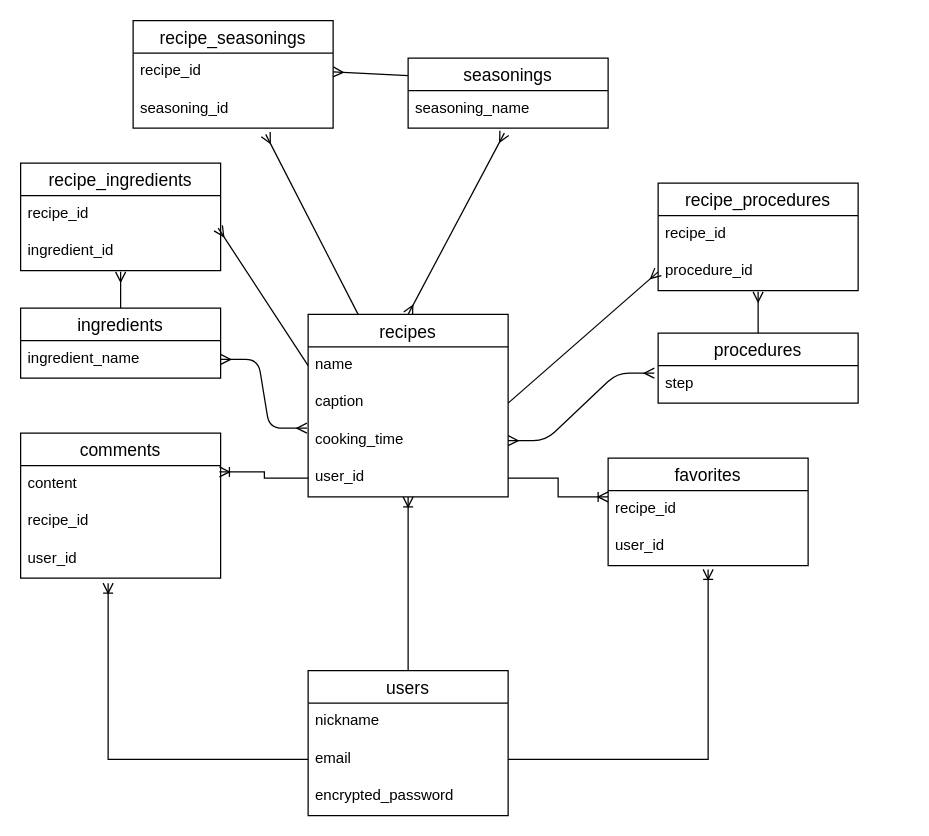
The draw.io diagram zuborameshi_db.dio in onitsuyo/zuborameshi, before the edit. Source tidied: cells renumbered, new cells numbered last; positions are measured from the earlier drawing's top-left corner, leaving out a move shared by most shapes. Both pictures are drawn from the tidied source at 125%, with x=0, y=0 at pixel (20, 20).
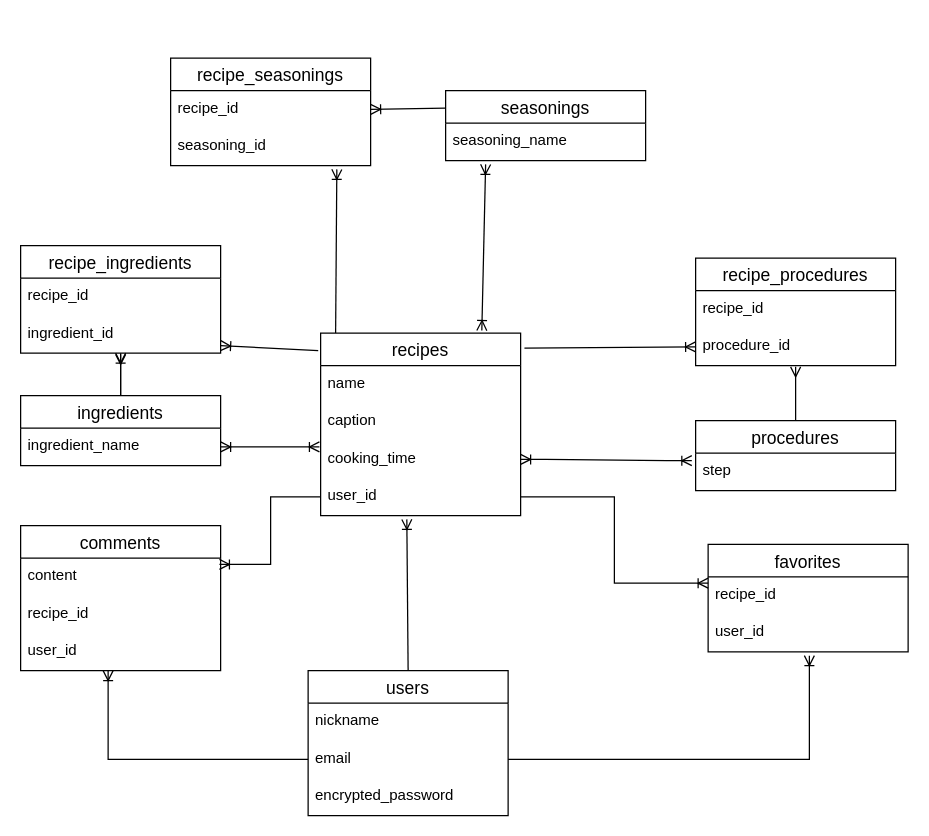
The same page after the edit.

Unchanged cells that the change refers to:
```xml
<mxCell id="3" value="users" style="swimlane;fontStyle=0;horizontal=1;startSize=26;align=center;fontSize=14;" parent="1" vertex="1">
  <mxGeometry x="230" y="520" width="160" height="116" as="geometry" />
</mxCell>
<mxCell id="5" value="email" style="text;strokeColor=none;fillColor=none;spacingLeft=4;spacingRight=4;overflow=hidden;points=[[0,0.5],[1,0.5]];portConstraint=eastwest;fontSize=12;" parent="3" vertex="1">
  <mxGeometry y="56" width="160" height="30" as="geometry" />
</mxCell>
<mxCell id="10" value="name" style="text;strokeColor=none;fillColor=none;spacingLeft=4;spacingRight=4;overflow=hidden;points=[[0,0.5],[1,0.5]];portConstraint=eastwest;fontSize=12;" parent="9" vertex="1">
  <mxGeometry y="26" width="160" height="30" as="geometry" />
</mxCell>
<mxCell id="11" value="caption" style="text;strokeColor=none;fillColor=none;spacingLeft=4;spacingRight=4;overflow=hidden;points=[[0,0.5],[1,0.5]];portConstraint=eastwest;fontSize=12;" parent="9" vertex="1">
  <mxGeometry y="56" width="160" height="30" as="geometry" />
</mxCell>
<mxCell id="12" value="cooking_time" style="text;strokeColor=none;fillColor=none;spacingLeft=4;spacingRight=4;overflow=hidden;points=[[0,0.5],[1,0.5]];portConstraint=eastwest;fontSize=12;" parent="9" vertex="1">
  <mxGeometry y="86" width="160" height="30" as="geometry" />
</mxCell>
<mxCell id="13" value="user_id" style="text;strokeColor=none;fillColor=none;spacingLeft=4;spacingRight=4;overflow=hidden;points=[[0,0.5],[1,0.5]];portConstraint=eastwest;fontSize=12;" parent="9" vertex="1">
  <mxGeometry y="116" width="160" height="30" as="geometry" />
</mxCell>
<mxCell id="16" value="ingredient_name" style="text;strokeColor=none;fillColor=none;spacingLeft=4;spacingRight=4;overflow=hidden;points=[[0,0.5],[1,0.5]];portConstraint=eastwest;fontSize=12;" parent="15" vertex="1">
  <mxGeometry y="26" width="160" height="30" as="geometry" />
</mxCell>
<mxCell id="19" value="seasoning_name" style="text;strokeColor=none;fillColor=none;spacingLeft=4;spacingRight=4;overflow=hidden;points=[[0,0.5],[1,0.5]];portConstraint=eastwest;fontSize=12;" parent="18" vertex="1">
  <mxGeometry y="26" width="160" height="30" as="geometry" />
</mxCell>
<mxCell id="22" value="step" style="text;strokeColor=none;fillColor=none;spacingLeft=4;spacingRight=4;overflow=hidden;points=[[0,0.5],[1,0.5]];portConstraint=eastwest;fontSize=12;" parent="21" vertex="1">
  <mxGeometry y="26" width="160" height="30" as="geometry" />
</mxCell>
<mxCell id="29" value="user_id" style="text;strokeColor=none;fillColor=none;spacingLeft=4;spacingRight=4;overflow=hidden;points=[[0,0.5],[1,0.5]];portConstraint=eastwest;fontSize=12;" parent="27" vertex="1">
  <mxGeometry y="56" width="160" height="30" as="geometry" />
</mxCell>
<mxCell id="36" value="procedure_id" style="text;strokeColor=none;fillColor=none;spacingLeft=4;spacingRight=4;overflow=hidden;points=[[0,0.5],[1,0.5]];portConstraint=eastwest;fontSize=12;" parent="34" vertex="1">
  <mxGeometry y="56" width="160" height="30" as="geometry" />
</mxCell>
<mxCell id="41" value="recipe_id" style="text;strokeColor=none;fillColor=none;spacingLeft=4;spacingRight=4;overflow=hidden;points=[[0,0.5],[1,0.5]];portConstraint=eastwest;fontSize=12;" parent="40" vertex="1">
  <mxGeometry y="26" width="160" height="30" as="geometry" />
</mxCell>
<mxCell id="42" value="seasoning_id" style="text;strokeColor=none;fillColor=none;spacingLeft=4;spacingRight=4;overflow=hidden;points=[[0,0.5],[1,0.5]];portConstraint=eastwest;fontSize=12;" parent="40" vertex="1">
  <mxGeometry y="56" width="160" height="30" as="geometry" />
</mxCell>
<mxCell id="45" value="ingredient_id" style="text;strokeColor=none;fillColor=none;spacingLeft=4;spacingRight=4;overflow=hidden;points=[[0,0.5],[1,0.5]];portConstraint=eastwest;fontSize=12;" parent="43" vertex="1">
  <mxGeometry y="56" width="160" height="30" as="geometry" />
</mxCell>
```

Diff of the diagram source:
```diff
@@
-    <mxCell id="2" style="edgeStyle=elbowEdgeStyle;rounded=0;html=1;exitX=0.5;exitY=0;exitDx=0;exitDy=0;entryX=0.5;entryY=1;entryDx=0;entryDy=0;entryPerimeter=0;startArrow=none;startFill=0;endArrow=ERoneToMany;endFill=0;" parent="1" edge="1" source="3" target="13">
+    <mxCell id="2" style="edgeStyle=none;html=1;exitX=0.5;exitY=0;exitDx=0;exitDy=0;entryX=0.431;entryY=1.1;entryDx=0;entryDy=0;entryPerimeter=0;endArrow=ERoneToMany;endFill=0;" parent="1" edge="1" source="3" target="13">
       <mxGeometry relative="1" as="geometry" />
     </mxCell>
@@
-    <mxCell id="7" style="edgeStyle=none;html=1;exitX=0.5;exitY=0;exitDx=0;exitDy=0;startArrow=ERmany;startFill=0;endArrow=ERmany;endFill=0;entryX=0.481;entryY=1.133;entryDx=0;entryDy=0;entryPerimeter=0;" parent="1" edge="1" source="9" target="19">
+    <mxCell id="7" style="edgeStyle=none;html=1;exitX=0.806;exitY=-0.014;exitDx=0;exitDy=0;startArrow=ERoneToMany;startFill=0;endArrow=ERoneToMany;endFill=0;entryX=0.2;entryY=1.1;entryDx=0;entryDy=0;entryPerimeter=0;exitPerimeter=0;" parent="1" edge="1" source="9" target="19">
       <mxGeometry relative="1" as="geometry" />
     </mxCell>
-    <mxCell id="8" style="edgeStyle=none;html=1;exitX=0.25;exitY=0;exitDx=0;exitDy=0;entryX=0.663;entryY=1.167;entryDx=0;entryDy=0;entryPerimeter=0;startArrow=none;startFill=0;endArrow=ERmany;endFill=0;" parent="1" edge="1" source="9" target="42">
+    <mxCell id="8" style="edgeStyle=none;html=1;exitX=0.075;exitY=0;exitDx=0;exitDy=0;entryX=0.831;entryY=1.1;entryDx=0;entryDy=0;entryPerimeter=0;startArrow=none;startFill=0;endArrow=ERoneToMany;endFill=0;exitPerimeter=0;" parent="1" edge="1" source="9" target="42">
       <mxGeometry relative="1" as="geometry" />
     </mxCell>
     <mxCell id="9" value="recipes" style="swimlane;fontStyle=0;horizontal=1;startSize=26;align=center;fontSize=14;" parent="1" vertex="1">
-      <mxGeometry x="230" y="235" width="160" height="146" as="geometry" />
+      <mxGeometry x="240" y="250" width="160" height="146" as="geometry" />
     </mxCell>
@@
     <mxCell id="15" value="ingredients" style="swimlane;fontStyle=0;horizontal=1;startSize=26;align=center;fontSize=14;" parent="1" vertex="1">
-      <mxGeometry y="230" width="160" height="56" as="geometry" />
+      <mxGeometry y="300" width="160" height="56" as="geometry" />
     </mxCell>
@@
-    <mxCell id="17" style="edgeStyle=none;html=1;exitX=0;exitY=0.25;exitDx=0;exitDy=0;entryX=1;entryY=0.5;entryDx=0;entryDy=0;startArrow=none;startFill=0;endArrow=ERmany;endFill=0;" parent="1" edge="1" source="18" target="41">
+    <mxCell id="17" style="edgeStyle=none;html=1;exitX=0;exitY=0.25;exitDx=0;exitDy=0;entryX=1;entryY=0.5;entryDx=0;entryDy=0;startArrow=none;startFill=0;endArrow=ERoneToMany;endFill=0;" parent="1" edge="1" source="18" target="41">
       <mxGeometry relative="1" as="geometry" />
     </mxCell>
     <mxCell id="18" value="seasonings" style="swimlane;fontStyle=0;horizontal=1;startSize=26;align=center;fontSize=14;" parent="1" vertex="1">
-      <mxGeometry x="310" y="30" width="160" height="56" as="geometry" />
+      <mxGeometry x="340" y="56" width="160" height="56" as="geometry" />
     </mxCell>
@@
     <mxCell id="21" value="procedures" style="swimlane;fontStyle=0;horizontal=1;startSize=26;align=center;fontSize=14;" parent="1" vertex="1">
-      <mxGeometry x="510" y="250" width="160" height="56" as="geometry" />
+      <mxGeometry x="540" y="320" width="160" height="56" as="geometry" />
     </mxCell>
@@
     <mxCell id="23" value="comments" style="swimlane;fontStyle=0;horizontal=1;startSize=26;align=center;fontSize=14;" parent="1" vertex="1">
-      <mxGeometry y="330" width="160" height="116" as="geometry" />
+      <mxGeometry y="404" width="160" height="116" as="geometry" />
     </mxCell>
@@
     <mxCell id="27" value="favorites" style="swimlane;fontStyle=0;horizontal=1;startSize=26;align=center;fontSize=14;" parent="1" vertex="1">
-      <mxGeometry x="470" y="350" width="160" height="86" as="geometry" />
+      <mxGeometry x="550" y="419" width="160" height="86" as="geometry" />
     </mxCell>
@@
     <mxCell id="31" style="edgeStyle=elbowEdgeStyle;rounded=0;html=1;exitX=1;exitY=0.5;exitDx=0;exitDy=0;startArrow=none;startFill=0;endArrow=ERoneToMany;endFill=0;entryX=0.506;entryY=1.1;entryDx=0;entryDy=0;entryPerimeter=0;" parent="1" edge="1" source="5" target="29">
       <mxGeometry relative="1" as="geometry">
         <Array as="points">
+          <mxPoint x="631" y="520" />
           <mxPoint x="550" y="410" />
         </Array>
       </mxGeometry>
     </mxCell>
     <mxCell id="32" style="edgeStyle=elbowEdgeStyle;rounded=0;html=1;exitX=0;exitY=0.5;exitDx=0;exitDy=0;startArrow=none;startFill=0;endArrow=ERoneToMany;endFill=0;" parent="1" edge="1" source="5">
       <mxGeometry relative="1" as="geometry">
-        <mxPoint x="70" y="450" as="targetPoint" />
+        <mxPoint x="70" y="520" as="targetPoint" />
         <Array as="points">
           <mxPoint x="70" y="420" />
         </Array>
       </mxGeometry>
     </mxCell>
@@
     <mxCell id="34" value="recipe_procedures" style="swimlane;fontStyle=0;horizontal=1;startSize=26;align=center;fontSize=14;" parent="1" vertex="1">
-      <mxGeometry x="510" y="130" width="160" height="86" as="geometry" />
+      <mxGeometry x="540" y="190" width="160" height="86" as="geometry" />
     </mxCell>
@@
-    <mxCell id="37" style="edgeStyle=entityRelationEdgeStyle;fontSize=12;html=1;endArrow=ERmany;startArrow=ERmany;exitX=1;exitY=0.5;exitDx=0;exitDy=0;entryX=-0.019;entryY=0.2;entryDx=0;entryDy=0;entryPerimeter=0;" parent="1" edge="1" source="12" target="22">
+    <mxCell id="37" style="edgeStyle=entityRelationEdgeStyle;fontSize=12;html=1;endArrow=ERoneToMany;startArrow=ERoneToMany;exitX=1;exitY=0.5;exitDx=0;exitDy=0;entryX=-0.019;entryY=0.2;entryDx=0;entryDy=0;entryPerimeter=0;endFill=0;startFill=0;" parent="1" edge="1" source="12" target="22">
       <mxGeometry relative="1" as="geometry" />
     </mxCell>
-    <mxCell id="38" style="edgeStyle=entityRelationEdgeStyle;fontSize=12;html=1;endArrow=ERmany;startArrow=ERmany;exitX=1;exitY=0.5;exitDx=0;exitDy=0;entryX=-0.006;entryY=0.167;entryDx=0;entryDy=0;entryPerimeter=0;" parent="1" edge="1" source="16" target="12">
+    <mxCell id="38" style="edgeStyle=entityRelationEdgeStyle;fontSize=12;html=1;endArrow=ERoneToMany;startArrow=ERoneToMany;exitX=1;exitY=0.5;exitDx=0;exitDy=0;entryX=-0.006;entryY=0.167;entryDx=0;entryDy=0;entryPerimeter=0;startFill=0;endFill=0;" parent="1" edge="1" source="16" target="12">
       <mxGeometry relative="1" as="geometry" />
     </mxCell>
-    <mxCell id="39" style="edgeStyle=none;html=1;exitX=1;exitY=0.5;exitDx=0;exitDy=0;entryX=0;entryY=0.5;entryDx=0;entryDy=0;startArrow=none;startFill=0;endArrow=ERmany;endFill=0;" parent="1" edge="1" source="11" target="36">
+    <mxCell id="39" style="edgeStyle=none;html=1;exitX=1.019;exitY=0.082;exitDx=0;exitDy=0;entryX=0;entryY=0.5;entryDx=0;entryDy=0;startArrow=none;startFill=0;endArrow=ERoneToMany;endFill=0;exitPerimeter=0;" parent="1" edge="1" source="9" target="36">
       <mxGeometry relative="1" as="geometry" />
     </mxCell>
     <mxCell id="40" value="recipe_seasonings" style="swimlane;fontStyle=0;horizontal=1;startSize=26;align=center;fontSize=14;" parent="1" vertex="1">
-      <mxGeometry x="90" width="160" height="86" as="geometry" />
+      <mxGeometry x="120" y="30" width="160" height="86" as="geometry" />
     </mxCell>
@@
+    <mxCell id="47" style="edgeStyle=none;html=1;startArrow=ERoneToMany;startFill=0;endArrow=none;endFill=0;" parent="1" edge="1" source="43">
+      <mxGeometry relative="1" as="geometry">
+        <mxPoint x="80" y="300" as="targetPoint" />
+      </mxGeometry>
+    </mxCell>
     <mxCell id="43" value="recipe_ingredients" style="swimlane;fontStyle=0;horizontal=1;startSize=26;align=center;fontSize=14;" parent="1" vertex="1">
-      <mxGeometry y="114" width="160" height="86" as="geometry" />
+      <mxGeometry y="180" width="160" height="86" as="geometry" />
     </mxCell>
@@
-    <mxCell id="46" style="edgeStyle=none;html=1;exitX=0;exitY=0.5;exitDx=0;exitDy=0;entryX=0.988;entryY=-0.133;entryDx=0;entryDy=0;entryPerimeter=0;startArrow=none;startFill=0;endArrow=ERmany;endFill=0;" parent="1" edge="1" source="10" target="45">
-      <mxGeometry relative="1" as="geometry" />
+    <mxCell id="46" style="edgeStyle=none;html=1;exitX=-0.012;exitY=0.096;exitDx=0;exitDy=0;startArrow=none;startFill=0;endArrow=ERoneToMany;endFill=0;exitPerimeter=0;" parent="1" edge="1" source="9">
+      <mxGeometry relative="1" as="geometry">
+        <mxPoint x="160" y="260" as="targetPoint" />
+      </mxGeometry>
     </mxCell>
```
